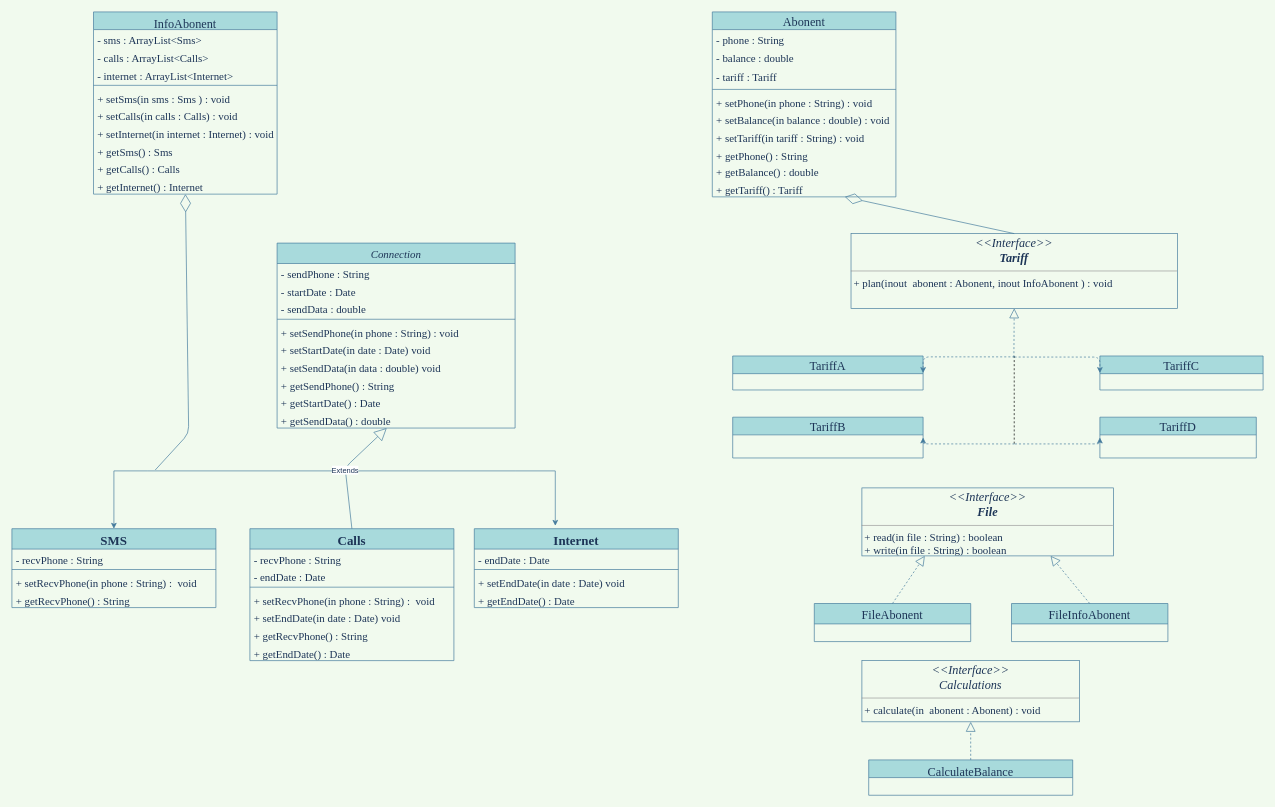
Above: lab1/Mobile network.drawio in Julia20011974/DesignPatterns (draw.io), before the change. Source tidied: cells renumbered, new cells numbered last; positions are measured from the earlier drawing's top-left corner, leaving out a move shared by most shapes. Both pictures are drawn from the tidied source at 68%, with x=0, y=0 at pixel (12, 12).
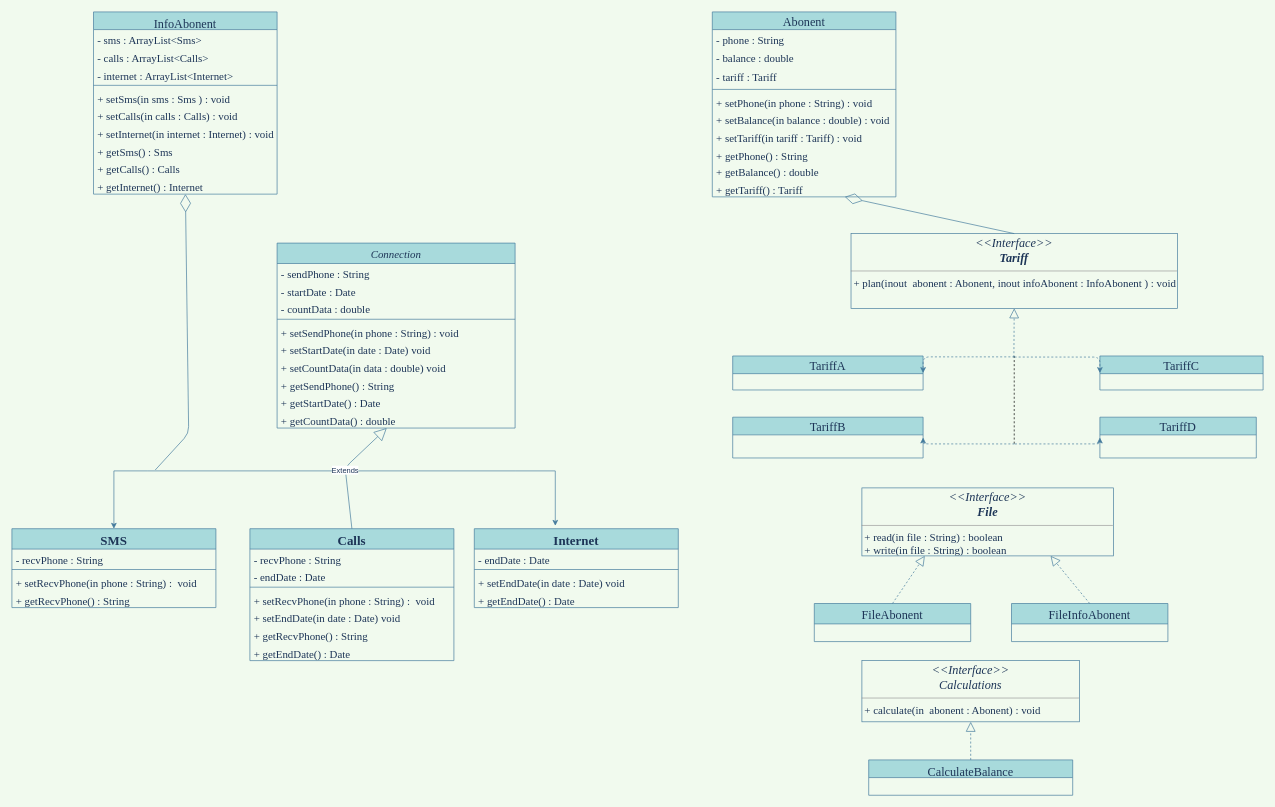
After the change.

Unchanged cells that the change refers to:
```xml
<mxCell id="2" value="Abonent" style="swimlane;fontStyle=0;horizontal=1;startSize=26;fontFamily=Times New Roman;fontSize=18;strokeColor=#457B9D;fontColor=#1D3557;fillColor=#A8DADC;" parent="1" vertex="1">
  <mxGeometry x="1030" width="270" height="272" as="geometry" />
</mxCell>
<mxCell id="52" value="Connection" style="swimlane;fontStyle=2;align=center;verticalAlign=top;horizontal=1;startSize=30;fontFamily=Times New Roman;fontSize=16;fillColor=#A8DADC;strokeColor=#457B9D;fontColor=#1D3557;" parent="1" vertex="1">
  <mxGeometry x="390" y="340" width="350" height="272" as="geometry" />
</mxCell>
```

What changed in the source:
```diff
@@
-    <mxCell id="9" value="+ setTariff(in tariff : String) : void" style="text;strokeColor=none;fillColor=none;align=left;verticalAlign=top;spacingLeft=4;spacingRight=4;overflow=hidden;fontFamily=Times New Roman;fontSize=16;fontColor=#1D3557;" parent="2" vertex="1">
+    <mxCell id="9" value="+ setTariff(in tariff : Tariff) : void" style="text;strokeColor=none;fillColor=none;align=left;verticalAlign=top;spacingLeft=4;spacingRight=4;overflow=hidden;fontFamily=Times New Roman;fontSize=16;fontColor=#1D3557;" parent="2" vertex="1">
       <mxGeometry y="170" width="270" height="26" as="geometry" />
     </mxCell>
@@
-    <mxCell id="29" value="&lt;p style=&quot;margin: 4px 0px 0px ; text-align: center ; font-size: 18px&quot;&gt;&lt;font style=&quot;font-size: 18px&quot; face=&quot;Times New Roman&quot;&gt;&lt;i&gt;&amp;lt;&amp;lt;Interface&amp;gt;&amp;gt;&lt;br&gt;&lt;b&gt;Tariff&lt;/b&gt;&lt;/i&gt;&lt;br&gt;&lt;/font&gt;&lt;/p&gt;&lt;hr style=&quot;font-size: 16px&quot; size=&quot;1&quot;&gt;&lt;p style=&quot;margin: 0px 0px 0px 4px ; font-size: 16px&quot;&gt;&lt;font style=&quot;font-size: 16px&quot; face=&quot;Times New Roman&quot;&gt;+ plan(inout&amp;nbsp; abonent : Abonent, inout InfoAbonent ) : void&lt;br&gt;&lt;/font&gt;&lt;/p&gt;&lt;p style=&quot;margin: 0px 0px 0px 4px ; font-size: 16px&quot;&gt;&lt;font style=&quot;font-size: 16px&quot; face=&quot;Times New Roman&quot;&gt;&lt;br&gt;&lt;/font&gt;&lt;/p&gt;&lt;br&gt;&lt;hr style=&quot;font-size: 16px&quot; size=&quot;1&quot;&gt;" style="verticalAlign=top;align=left;overflow=fill;fontSize=12;fontFamily=Helvetica;html=1;fillColor=none;strokeColor=#457B9D;fontColor=#1D3557;" parent="1" vertex="1">
+    <mxCell id="29" value="&lt;p style=&quot;margin: 4px 0px 0px ; text-align: center ; font-size: 18px&quot;&gt;&lt;font style=&quot;font-size: 18px&quot; face=&quot;Times New Roman&quot;&gt;&lt;i&gt;&amp;lt;&amp;lt;Interface&amp;gt;&amp;gt;&lt;br&gt;&lt;b&gt;Tariff&lt;/b&gt;&lt;/i&gt;&lt;br&gt;&lt;/font&gt;&lt;/p&gt;&lt;hr style=&quot;font-size: 16px&quot; size=&quot;1&quot;&gt;&lt;p style=&quot;margin: 0px 0px 0px 4px ; font-size: 16px&quot;&gt;&lt;font style=&quot;font-size: 16px&quot; face=&quot;Times New Roman&quot;&gt;+ plan(inout&amp;nbsp; abonent : Abonent, inout infoAbonent : InfoAbonent ) : void&lt;br&gt;&lt;/font&gt;&lt;/p&gt;&lt;p style=&quot;margin: 0px 0px 0px 4px ; font-size: 16px&quot;&gt;&lt;font style=&quot;font-size: 16px&quot; face=&quot;Times New Roman&quot;&gt;&lt;br&gt;&lt;/font&gt;&lt;/p&gt;&lt;br&gt;&lt;hr style=&quot;font-size: 16px&quot; size=&quot;1&quot;&gt;" style="verticalAlign=top;align=left;overflow=fill;fontSize=12;fontFamily=Helvetica;html=1;fillColor=none;strokeColor=#457B9D;fontColor=#1D3557;" parent="1" vertex="1">
       <mxGeometry x="1234" y="326" width="480" height="110" as="geometry" />
     </mxCell>
@@
-    <mxCell id="55" value="- sendData : double" style="text;strokeColor=none;fillColor=none;align=left;verticalAlign=top;spacingLeft=4;spacingRight=4;overflow=hidden;fontFamily=Times New Roman;fontSize=16;fontColor=#1D3557;" parent="52" vertex="1">
+    <mxCell id="55" value="- countData : double" style="text;strokeColor=none;fillColor=none;align=left;verticalAlign=top;spacingLeft=4;spacingRight=4;overflow=hidden;fontFamily=Times New Roman;fontSize=16;fontColor=#1D3557;" parent="52" vertex="1">
       <mxGeometry y="82" width="350" height="26" as="geometry" />
     </mxCell>
@@
-    <mxCell id="59" value="+ setSendData(in data : double) void" style="text;strokeColor=none;fillColor=none;align=left;verticalAlign=top;spacingLeft=4;spacingRight=4;overflow=hidden;fontFamily=Times New Roman;fontSize=16;fontColor=#1D3557;" parent="52" vertex="1">
+    <mxCell id="59" value="+ setCountData(in data : double) void" style="text;strokeColor=none;fillColor=none;align=left;verticalAlign=top;spacingLeft=4;spacingRight=4;overflow=hidden;fontFamily=Times New Roman;fontSize=16;fontColor=#1D3557;" parent="52" vertex="1">
       <mxGeometry y="168" width="350" height="26" as="geometry" />
     </mxCell>
@@
-    <mxCell id="62" value="+ getSendData() : double" style="text;strokeColor=none;fillColor=none;align=left;verticalAlign=top;spacingLeft=4;spacingRight=4;overflow=hidden;points=[[0,0.5],[1,0.5]];portConstraint=eastwest;fontFamily=Times New Roman;fontSize=16;fontColor=#1D3557;" parent="52" vertex="1">
+    <mxCell id="62" value="+ getCountData() : double" style="text;strokeColor=none;fillColor=none;align=left;verticalAlign=top;spacingLeft=4;spacingRight=4;overflow=hidden;points=[[0,0.5],[1,0.5]];portConstraint=eastwest;fontFamily=Times New Roman;fontSize=16;fontColor=#1D3557;" parent="52" vertex="1">
       <mxGeometry y="246" width="350" height="26" as="geometry" />
     </mxCell>
```
